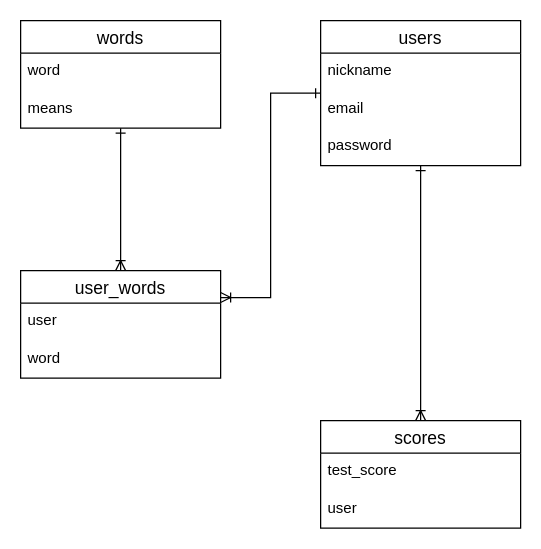
Before: application.dio in akitomoj/wordbooks_ak, a draw.io diagram. Source tidied: cells renumbered, new cells numbered last; positions are measured from the earlier drawing's top-left corner, leaving out a move shared by most shapes. Both pictures are drawn from the tidied source at 125%, with x=0, y=0 at pixel (20, 20).
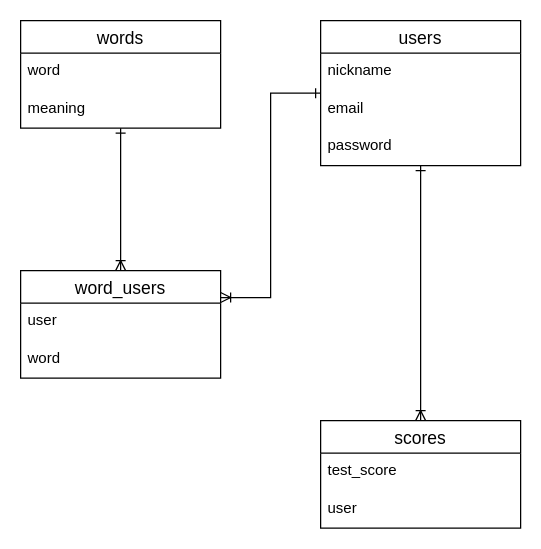
After the change.

The edit, as a diff of the source:
```diff
@@
 <mxGraphModel>
   <root>
     <mxCell id="0" />
     <mxCell id="1" parent="0" />
     <mxCell id="2" value="words" style="swimlane;fontStyle=0;horizontal=1;startSize=26;align=center;fontSize=14;" parent="1" vertex="1">
       <mxGeometry width="160" height="86" as="geometry" />
     </mxCell>
     <mxCell id="3" value="word" style="text;strokeColor=none;fillColor=none;spacingLeft=4;spacingRight=4;overflow=hidden;fontSize=12;" parent="2" vertex="1">
       <mxGeometry y="26" width="160" height="30" as="geometry" />
     </mxCell>
-    <mxCell id="4" value="means" style="text;strokeColor=none;fillColor=none;spacingLeft=4;spacingRight=4;overflow=hidden;fontSize=12;" parent="2" vertex="1">
+    <mxCell id="4" value="meaning" style="text;strokeColor=none;fillColor=none;spacingLeft=4;spacingRight=4;overflow=hidden;fontSize=12;" parent="2" vertex="1">
       <mxGeometry y="56" width="160" height="30" as="geometry" />
     </mxCell>
     <mxCell id="5" style="edgeStyle=orthogonalEdgeStyle;rounded=0;jettySize=auto;html=1;entryX=1;entryY=0.25;entryDx=0;entryDy=0;endArrow=ERoneToMany;endFill=0;startArrow=ERone;startFill=0;" parent="1" edge="1" source="7" target="12">
       <mxGeometry relative="1" as="geometry" />
     </mxCell>
     <mxCell id="6" style="edgeStyle=orthogonalEdgeStyle;rounded=0;jettySize=auto;html=1;entryX=0.5;entryY=0;entryDx=0;entryDy=0;endArrow=ERoneToMany;endFill=0;strokeWidth=1;startArrow=ERone;startFill=0;" parent="1" edge="1" source="7" target="15">
       <mxGeometry relative="1" as="geometry" />
     </mxCell>
     <mxCell id="7" value="users" style="swimlane;fontStyle=0;horizontal=1;startSize=26;align=center;fontSize=14;" parent="1" vertex="1">
       <mxGeometry x="240" width="160" height="116" as="geometry" />
     </mxCell>
     <mxCell id="8" value="nickname" style="text;strokeColor=none;fillColor=none;spacingLeft=4;spacingRight=4;overflow=hidden;fontSize=12;" parent="7" vertex="1">
       <mxGeometry y="26" width="160" height="30" as="geometry" />
     </mxCell>
     <mxCell id="9" value="email" style="text;strokeColor=none;fillColor=none;spacingLeft=4;spacingRight=4;overflow=hidden;fontSize=12;" parent="7" vertex="1">
       <mxGeometry y="56" width="160" height="30" as="geometry" />
     </mxCell>
     <mxCell id="10" value="password" style="text;strokeColor=none;fillColor=none;spacingLeft=4;spacingRight=4;overflow=hidden;fontSize=12;" parent="7" vertex="1">
       <mxGeometry y="86" width="160" height="30" as="geometry" />
     </mxCell>
     <mxCell id="11" style="edgeStyle=orthogonalEdgeStyle;rounded=0;jettySize=auto;html=1;endArrow=ERone;endFill=0;startArrow=ERoneToMany;startFill=0;" parent="1" edge="1" source="12" target="2">
       <mxGeometry relative="1" as="geometry" />
     </mxCell>
-    <mxCell id="12" value="user_words" style="swimlane;fontStyle=0;horizontal=1;startSize=26;align=center;fontSize=14;" parent="1" vertex="1">
+    <mxCell id="12" value="word_users" style="swimlane;fontStyle=0;horizontal=1;startSize=26;align=center;fontSize=14;" parent="1" vertex="1">
       <mxGeometry y="200" width="160" height="86" as="geometry" />
     </mxCell>
     <mxCell id="13" value="user" style="text;strokeColor=none;fillColor=none;spacingLeft=4;spacingRight=4;overflow=hidden;fontSize=12;" parent="12" vertex="1">
       <mxGeometry y="26" width="160" height="30" as="geometry" />
     </mxCell>
     <mxCell id="14" value="word" style="text;strokeColor=none;fillColor=none;spacingLeft=4;spacingRight=4;overflow=hidden;fontSize=12;" parent="12" vertex="1">
       <mxGeometry y="56" width="160" height="30" as="geometry" />
     </mxCell>
     <mxCell id="15" value="scores" style="swimlane;fontStyle=0;horizontal=1;startSize=26;align=center;fontSize=14;" parent="1" vertex="1">
       <mxGeometry x="240" y="320" width="160" height="86" as="geometry" />
     </mxCell>
     <mxCell id="16" value="test_score" style="text;strokeColor=none;fillColor=none;spacingLeft=4;spacingRight=4;overflow=hidden;fontSize=12;" parent="15" vertex="1">
       <mxGeometry y="26" width="160" height="30" as="geometry" />
     </mxCell>
     <mxCell id="17" value="user" style="text;strokeColor=none;fillColor=none;spacingLeft=4;spacingRight=4;overflow=hidden;fontSize=12;" parent="15" vertex="1">
       <mxGeometry y="56" width="160" height="30" as="geometry" />
     </mxCell>
   </root>
 </mxGraphModel>
```
